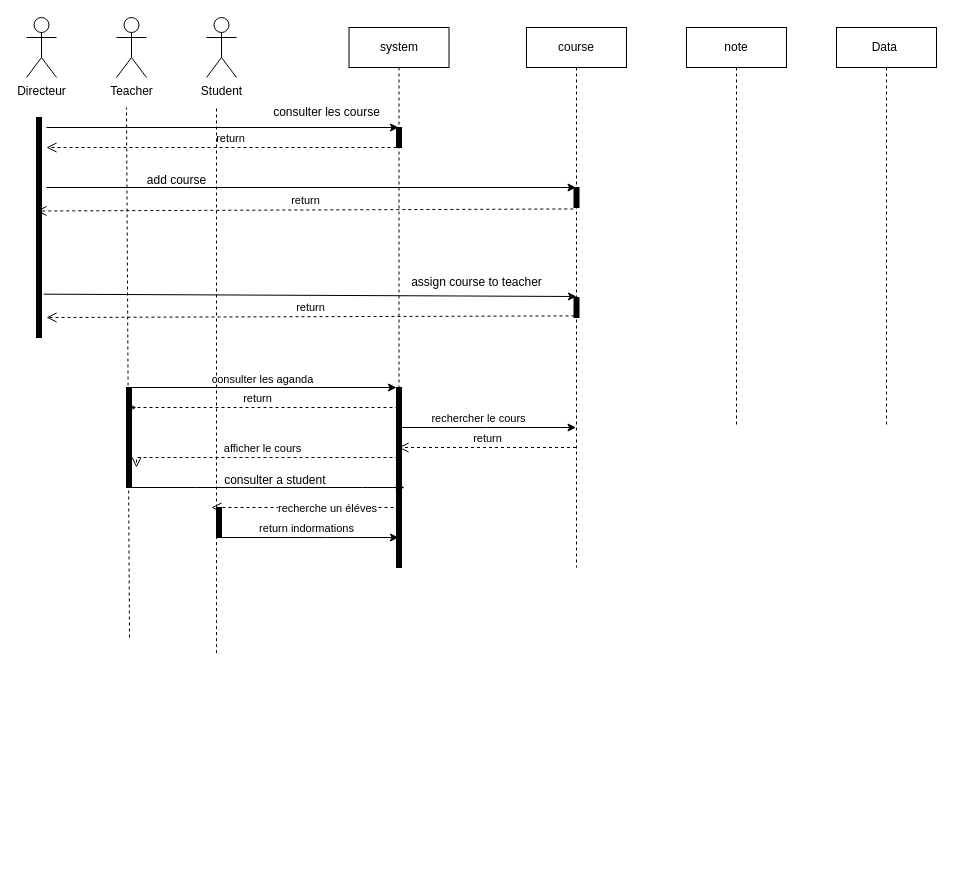
Earlier version of the draw.io diagram diagramme(s) de séquences (de certains cas d'utilisation).drawio (johandeschamps/gestion_ecole). Source tidied: cells renumbered, new cells numbered last; positions are measured from the earlier drawing's top-left corner, leaving out a move shared by most shapes. Both pictures are drawn from the tidied source at 100%, with x=0, y=0 at pixel (26, 17).
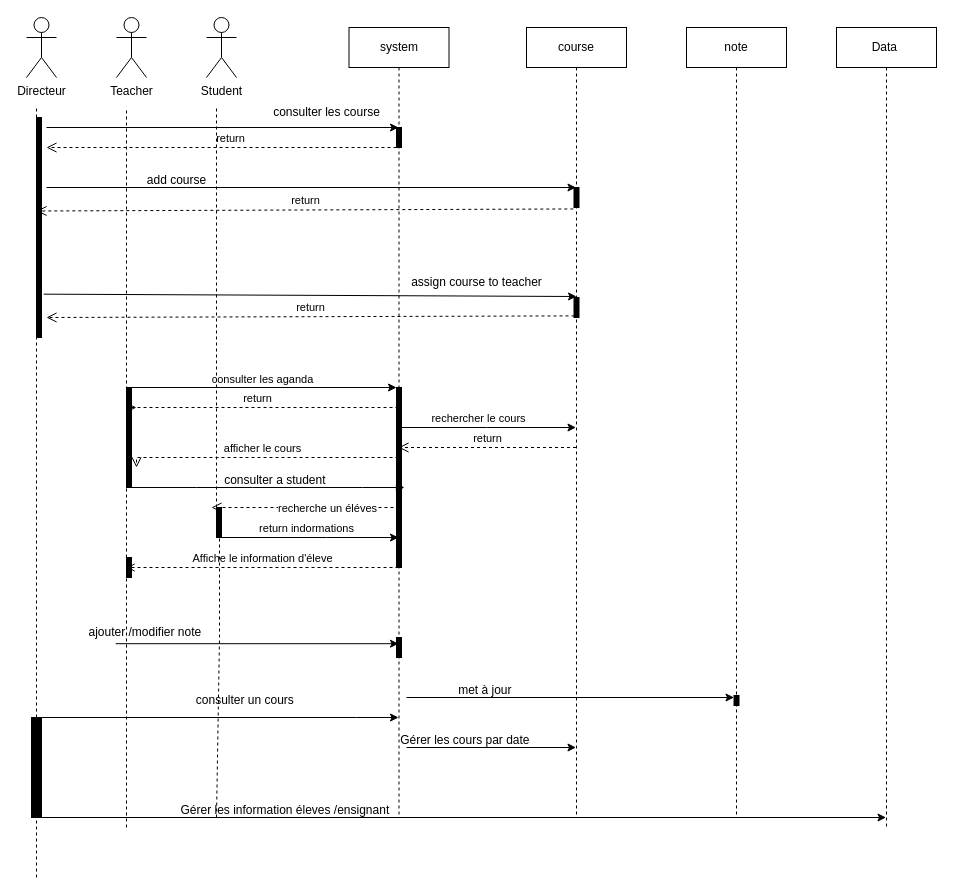
The same diagram, later.

Commit message:
Mettre à jour diagramme(s) de séquences (de certains cas d'utilisation).drawio

Unchanged cells that the change refers to:
```xml
<mxCell id="41" style="html=1;points=[];perimeter=orthogonalPerimeter;fillColor=strokeColor;" parent="1" vertex="1">
  <mxGeometry x="190" y="490" width="5" height="30" as="geometry" />
</mxCell>
```

Change to the diagram source:
```diff
@@
     <mxCell id="3" value="course" style="shape=umlLifeline;perimeter=lifelinePerimeter;whiteSpace=wrap;html=1;outlineConnect=0;portConstraint=eastwest;newEdgeStyle={&quot;edgeStyle&quot;:&quot;elbowEdgeStyle&quot;,&quot;elbow&quot;:&quot;vertical&quot;,&quot;curved&quot;:0,&quot;rounded&quot;:0};" parent="1" vertex="1">
-      <mxGeometry x="500" y="10" width="100" height="540" as="geometry" />
+      <mxGeometry x="500" y="10" width="100" height="790" as="geometry" />
     </mxCell>
     <mxCell id="4" value="note" style="shape=umlLifeline;perimeter=lifelinePerimeter;whiteSpace=wrap;html=1;outlineConnect=0;portConstraint=eastwest;newEdgeStyle={&quot;edgeStyle&quot;:&quot;elbowEdgeStyle&quot;,&quot;elbow&quot;:&quot;vertical&quot;,&quot;curved&quot;:0,&quot;rounded&quot;:0};" parent="1" vertex="1">
-      <mxGeometry x="660" y="10" width="100" height="400" as="geometry" />
+      <mxGeometry x="660" y="10" width="100" height="790" as="geometry" />
     </mxCell>
@@
     <mxCell id="21" value="system" style="shape=umlLifeline;perimeter=lifelinePerimeter;whiteSpace=wrap;html=1;outlineConnect=0;portConstraint=eastwest;newEdgeStyle={&quot;edgeStyle&quot;:&quot;elbowEdgeStyle&quot;,&quot;elbow&quot;:&quot;vertical&quot;,&quot;curved&quot;:0,&quot;rounded&quot;:0};" parent="1" vertex="1">
-      <mxGeometry x="322.5" y="10" width="100" height="540" as="geometry" />
+      <mxGeometry x="322.5" y="10" width="100" height="790" as="geometry" />
     </mxCell>
@@
     <mxCell id="23" value="Data&amp;nbsp;" style="shape=umlLifeline;perimeter=lifelinePerimeter;whiteSpace=wrap;html=1;outlineConnect=0;portConstraint=eastwest;newEdgeStyle={&quot;edgeStyle&quot;:&quot;elbowEdgeStyle&quot;,&quot;elbow&quot;:&quot;vertical&quot;,&quot;curved&quot;:0,&quot;rounded&quot;:0};" parent="1" vertex="1">
-      <mxGeometry x="810" y="10" width="100" height="400" as="geometry" />
+      <mxGeometry x="810" y="10" width="100" height="800" as="geometry" />
     </mxCell>
@@
-    <mxCell id="26" style="endArrow=none;dashed=1;html=1;rounded=0;" parent="1" edge="1">
+    <mxCell id="26" style="endArrow=none;dashed=1;html=1;rounded=0;" parent="1" edge="1" source="44">
       <mxGeometry relative="1" as="geometry">
-        <mxPoint x="103" y="620" as="sourcePoint" />
         <mxPoint x="100" y="90" as="targetPoint" />
       </mxGeometry>
     </mxCell>
@@
     <mxCell id="40" style="endArrow=none;dashed=1;html=1;rounded=0;" parent="1" edge="1" target="41">
       <mxGeometry relative="1" as="geometry">
-        <mxPoint x="190" y="635.6" as="sourcePoint" />
+        <mxPoint x="190" y="800" as="sourcePoint" />
+        <Array as="points">
+          <mxPoint x="193" y="620" />
+        </Array>
       </mxGeometry>
     </mxCell>
@@
+    <mxCell id="42" value="Affiche le information d'éleve" style="html=1;verticalAlign=bottom;labelBackgroundColor=none;endArrow=open;endFill=0;dashed=1;rounded=0;" parent="1" edge="1" source="21">
+      <mxGeometry relative="1" as="geometry">
+        <mxPoint x="100" y="550" as="targetPoint" />
+      </mxGeometry>
+    </mxCell>
+    <mxCell id="43" style="endArrow=none;dashed=1;html=1;rounded=0;" parent="1" edge="1" target="44">
+      <mxGeometry relative="1" as="geometry">
+        <mxPoint x="100" y="810" as="sourcePoint" />
+      </mxGeometry>
+    </mxCell>
+    <mxCell id="44" style="html=1;points=[];perimeter=orthogonalPerimeter;fillColor=strokeColor;" parent="1" vertex="1">
+      <mxGeometry x="100" y="540" width="5" height="20" as="geometry" />
+    </mxCell>
+    <mxCell id="45" style="endArrow=none;dashed=1;html=1;rounded=0;" parent="1" edge="1" source="60">
+      <mxGeometry relative="1" as="geometry">
+        <mxPoint x="10" y="90" as="targetPoint" />
+      </mxGeometry>
+    </mxCell>
+    <mxCell id="46" style="endArrow=classic;html=1;rounded=0;exitX=0.28;exitY=0.873;exitDx=0;exitDy=0;exitPerimeter=0;" parent="1" edge="1" source="47" target="21">
+      <mxGeometry relative="1" as="geometry" />
+    </mxCell>
+    <mxCell id="47" value="ajouter /modifier note&amp;nbsp;" style="text;html=1;align=center;verticalAlign=middle;points=[];strokeColor=none;fillColor=none;" parent="1" vertex="1">
+      <mxGeometry x="50" y="600" width="140" height="30" as="geometry" />
+    </mxCell>
+    <mxCell id="48" style="endArrow=classic;html=1;rounded=0;" parent="1" edge="1" source="52" target="4">
+      <mxGeometry relative="1" as="geometry" />
+    </mxCell>
+    <mxCell id="49" value="met à jour&amp;nbsp;" style="text;html=1;align=center;verticalAlign=middle;strokeColor=none;fillColor=none;" parent="1" vertex="1">
+      <mxGeometry x="420" y="658" width="80" height="30" as="geometry" />
+    </mxCell>
+    <mxCell id="50" style="html=1;perimeter=orthogonalPerimeter;fillColor=strokeColor;" parent="1" vertex="1">
+      <mxGeometry x="370" y="620" width="5" height="20" as="geometry" />
+    </mxCell>
+    <mxCell id="51" style="endArrow=classic;html=1;rounded=0;" parent="1" edge="1" target="52">
+      <mxGeometry relative="1" as="geometry">
+        <mxPoint x="380" y="680" as="sourcePoint" />
+      </mxGeometry>
+    </mxCell>
+    <mxCell id="52" style="html=1;points=[];perimeter=orthogonalPerimeter;fillColor=strokeColor;" parent="1" vertex="1">
+      <mxGeometry x="707.5" y="678" width="5" height="10" as="geometry" />
+    </mxCell>
+    <mxCell id="53" style="endArrow=classic;html=1;rounded=0;" parent="1" edge="1" target="21">
+      <mxGeometry relative="1" as="geometry">
+        <mxPoint x="10" y="700" as="sourcePoint" />
+        <Array as="points">
+          <mxPoint x="330" y="700" />
+        </Array>
+      </mxGeometry>
+    </mxCell>
+    <mxCell id="54" value="consulter un cours&amp;nbsp;" style="text;html=1;align=center;verticalAlign=middle;strokeColor=none;fillColor=none;" parent="1" vertex="1">
+      <mxGeometry x="160" y="668" width="120" height="30" as="geometry" />
+    </mxCell>
+    <mxCell id="55" style="endArrow=classic;html=1;rounded=0;" parent="1" edge="1" target="3">
+      <mxGeometry relative="1" as="geometry">
+        <mxPoint x="380" y="730" as="sourcePoint" />
+      </mxGeometry>
+    </mxCell>
+    <mxCell id="56" value="Gérer les cours par date&amp;nbsp;" style="text;html=1;align=center;verticalAlign=middle;strokeColor=none;fillColor=none;" parent="1" vertex="1">
+      <mxGeometry x="360" y="708" width="160" height="30" as="geometry" />
+    </mxCell>
+    <mxCell id="57" style="endArrow=classic;html=1;rounded=0;" parent="1" edge="1" target="23">
+      <mxGeometry relative="1" as="geometry">
+        <mxPoint x="10" y="800" as="sourcePoint" />
+      </mxGeometry>
+    </mxCell>
+    <mxCell id="58" value="Gérer les information éleves /ensignant&amp;nbsp;" style="text;html=1;align=center;verticalAlign=middle;strokeColor=none;fillColor=none;" parent="1" vertex="1">
+      <mxGeometry x="140" y="778" width="240" height="30" as="geometry" />
+    </mxCell>
+    <mxCell id="59" style="endArrow=none;dashed=1;html=1;rounded=0;" parent="1" edge="1" target="60">
+      <mxGeometry relative="1" as="geometry">
+        <mxPoint x="10" y="860" as="sourcePoint" />
+      </mxGeometry>
+    </mxCell>
+    <mxCell id="60" style="html=1;points=[];perimeter=orthogonalPerimeter;fillColor=strokeColor;" parent="1" vertex="1">
+      <mxGeometry x="5" y="700" width="10" height="100" as="geometry" />
+    </mxCell>
```
